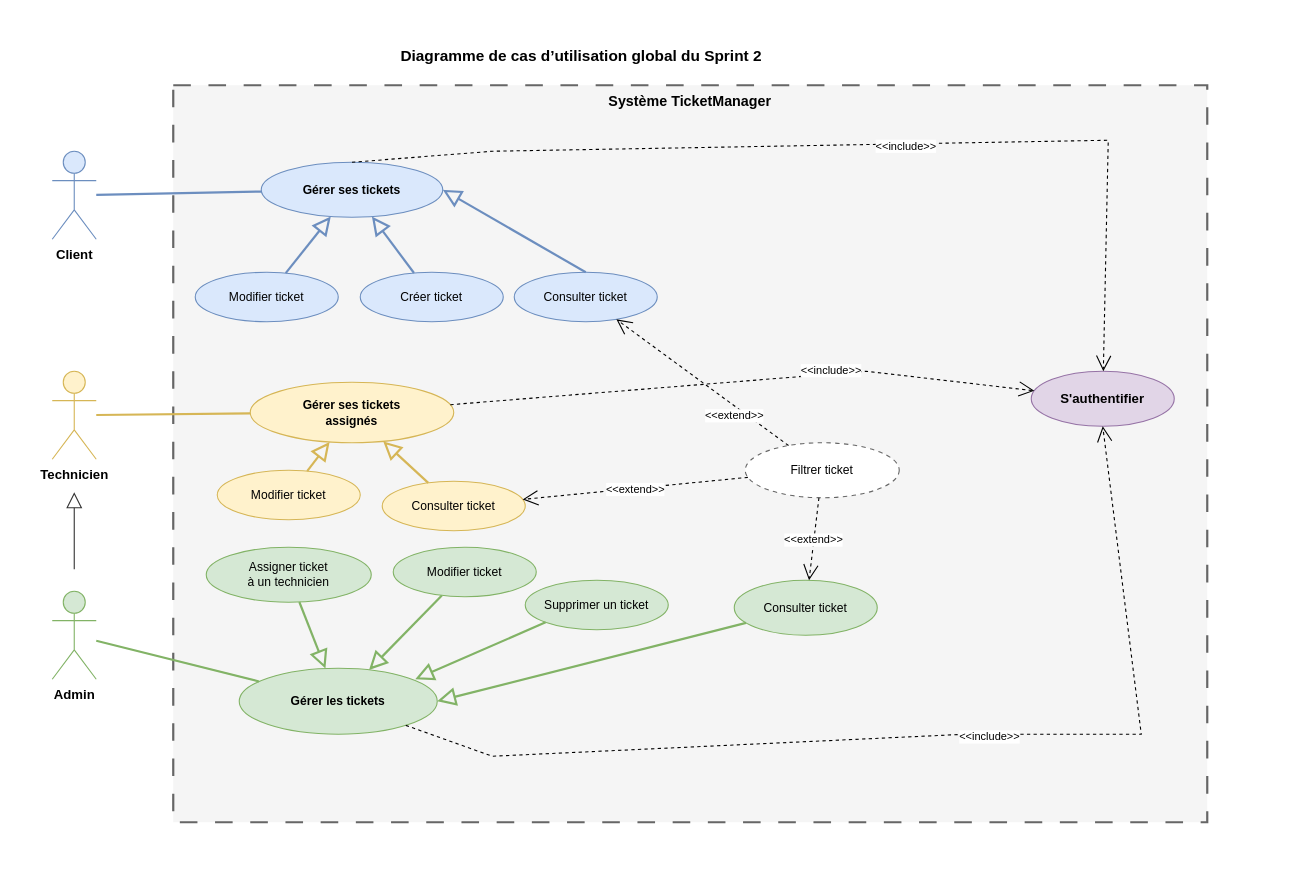
Above: docs/diagrammes/cas-utilisation-s2.drawio in amelbenhazem/TicketManager (draw.io), before the change. Source tidied: cells renumbered, new cells numbered last; positions are measured from the earlier drawing's top-left corner, leaving out a move shared by most shapes. Both pictures are drawn from the tidied source at 110%, with x=0, y=0 at pixel (19, 19).
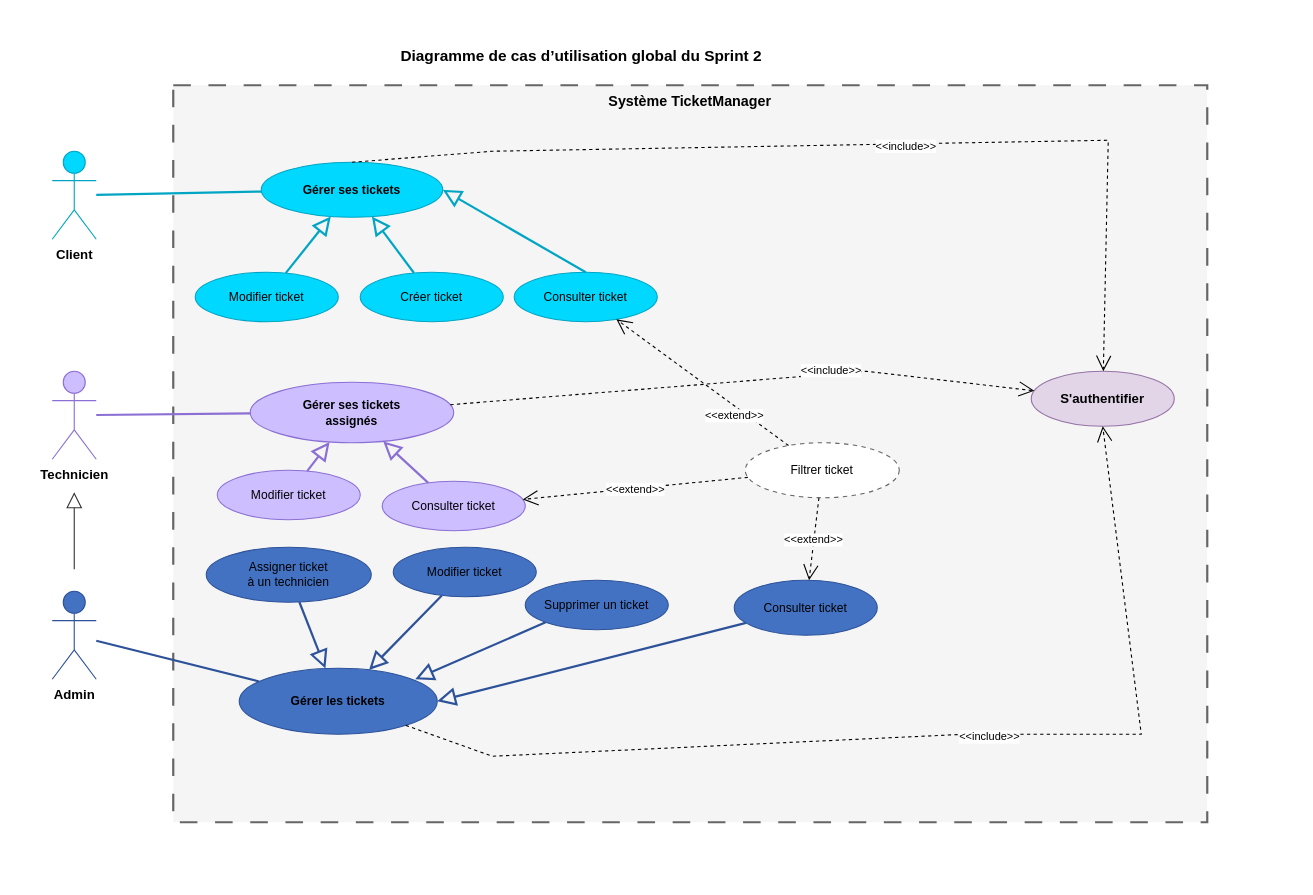
After the change.

Change to the diagram source:
```diff
@@
-    <mxCell id="5" value="Client" style="shape=umlActor;verticalLabelPosition=bottom;verticalAlign=top;html=1;outlineConnect=0;fillColor=#dae8fc;strokeColor=#6c8ebf;fontStyle=1;fontColor=#000000;" parent="1" vertex="1">
+    <mxCell id="5" value="Client" style="shape=umlActor;verticalLabelPosition=bottom;verticalAlign=top;html=1;outlineConnect=0;fillColor=#00d8ff;strokeColor=#00a5c4;fontStyle=1;fontColor=#000000;" parent="1" vertex="1">
       <mxGeometry x="30" y="120" width="40" height="80" as="geometry" />
     </mxCell>
-    <mxCell id="6" value="Technicien" style="shape=umlActor;verticalLabelPosition=bottom;verticalAlign=top;html=1;outlineConnect=0;fillColor=#fff2cc;strokeColor=#d6b656;fontStyle=1;fontColor=#000000;" parent="1" vertex="1">
+    <mxCell id="6" value="Technicien" style="shape=umlActor;verticalLabelPosition=bottom;verticalAlign=top;html=1;outlineConnect=0;fillColor=#cdbeff;strokeColor=#8b6fd4;fontStyle=1;fontColor=#000000;" parent="1" vertex="1">
       <mxGeometry x="30" y="320" width="40" height="80" as="geometry" />
     </mxCell>
-    <mxCell id="7" value="Admin" style="shape=umlActor;verticalLabelPosition=bottom;verticalAlign=top;html=1;outlineConnect=0;fillColor=#d5e8d4;strokeColor=#82b366;fontStyle=1;fontColor=#000000;" parent="1" vertex="1">
+    <mxCell id="7" value="Admin" style="shape=umlActor;verticalLabelPosition=bottom;verticalAlign=top;html=1;outlineConnect=0;fillColor=#4372c2;strokeColor=#2d5299;fontStyle=1;fontColor=#000000;" parent="1" vertex="1">
       <mxGeometry x="30" y="520" width="40" height="80" as="geometry" />
     </mxCell>
@@
-    <mxCell id="9" value="Gérer ses tickets" style="ellipse;whiteSpace=wrap;html=1;fillColor=#dae8fc;strokeColor=#6c8ebf;fontStyle=1;fontSize=11;fontColor=#000000;" parent="1" vertex="1">
+    <mxCell id="9" value="Gérer ses tickets" style="ellipse;whiteSpace=wrap;html=1;fillColor=#00d8ff;strokeColor=#00a5c4;fontStyle=1;fontSize=11;fontColor=#000000;" parent="1" vertex="1">
       <mxGeometry x="220" y="130" width="165" height="50" as="geometry" />
     </mxCell>
-    <mxCell id="10" value="Gérer ses tickets&#10;assignés" style="ellipse;whiteSpace=wrap;html=1;fillColor=#fff2cc;strokeColor=#d6b656;fontStyle=1;fontSize=11;fontColor=#000000;" parent="1" vertex="1">
+    <mxCell id="10" value="Gérer ses tickets&#10;assignés" style="ellipse;whiteSpace=wrap;html=1;fillColor=#cdbeff;strokeColor=#8b6fd4;fontStyle=1;fontSize=11;fontColor=#000000;" parent="1" vertex="1">
       <mxGeometry x="210" y="330" width="185" height="55" as="geometry" />
     </mxCell>
-    <mxCell id="11" value="Gérer les tickets" style="ellipse;whiteSpace=wrap;html=1;fillColor=#d5e8d4;strokeColor=#82b366;fontStyle=1;fontSize=11;fontColor=#000000;" parent="1" vertex="1">
+    <mxCell id="11" value="Gérer les tickets" style="ellipse;whiteSpace=wrap;html=1;fillColor=#4372c2;strokeColor=#2d5299;fontStyle=1;fontSize=11;fontColor=#000000;" parent="1" vertex="1">
       <mxGeometry x="200" y="590" width="180" height="60" as="geometry" />
     </mxCell>
-    <mxCell id="12" value="Créer ticket" style="ellipse;whiteSpace=wrap;html=1;fillColor=#dae8fc;strokeColor=#6c8ebf;fontSize=11;fontColor=#000000;" parent="1" vertex="1">
+    <mxCell id="12" value="Créer ticket" style="ellipse;whiteSpace=wrap;html=1;fillColor=#00d8ff;strokeColor=#00a5c4;fontSize=11;fontColor=#000000;" parent="1" vertex="1">
       <mxGeometry x="310" y="230" width="130" height="45" as="geometry" />
     </mxCell>
-    <mxCell id="13" value="Modifier ticket" style="ellipse;whiteSpace=wrap;html=1;fillColor=#dae8fc;strokeColor=#6c8ebf;fontSize=11;fontColor=#000000;" parent="1" vertex="1">
+    <mxCell id="13" value="Modifier ticket" style="ellipse;whiteSpace=wrap;html=1;fillColor=#00d8ff;strokeColor=#00a5c4;fontSize=11;fontColor=#000000;" parent="1" vertex="1">
       <mxGeometry x="160" y="230" width="130" height="45" as="geometry" />
     </mxCell>
-    <mxCell id="14" value="Consulter ticket" style="ellipse;whiteSpace=wrap;html=1;fillColor=#dae8fc;strokeColor=#6c8ebf;fontSize=11;fontColor=#000000;" parent="1" vertex="1">
+    <mxCell id="14" value="Consulter ticket" style="ellipse;whiteSpace=wrap;html=1;fillColor=#00d8ff;strokeColor=#00a5c4;fontSize=11;fontColor=#000000;" parent="1" vertex="1">
       <mxGeometry x="450" y="230" width="130" height="45" as="geometry" />
     </mxCell>
-    <mxCell id="15" value="Consulter ticket" style="ellipse;whiteSpace=wrap;html=1;fillColor=#fff2cc;strokeColor=#d6b656;fontSize=11;fontColor=#000000;" parent="1" vertex="1">
+    <mxCell id="15" value="Consulter ticket" style="ellipse;whiteSpace=wrap;html=1;fillColor=#cdbeff;strokeColor=#8b6fd4;fontSize=11;fontColor=#000000;" parent="1" vertex="1">
       <mxGeometry x="330" y="420" width="130" height="45" as="geometry" />
     </mxCell>
-    <mxCell id="16" value="Modifier ticket" style="ellipse;whiteSpace=wrap;html=1;fillColor=#fff2cc;strokeColor=#d6b656;fontSize=11;fontColor=#000000;" parent="1" vertex="1">
+    <mxCell id="16" value="Modifier ticket" style="ellipse;whiteSpace=wrap;html=1;fillColor=#cdbeff;strokeColor=#8b6fd4;fontSize=11;fontColor=#000000;" parent="1" vertex="1">
       <mxGeometry x="180" y="410" width="130" height="45" as="geometry" />
     </mxCell>
-    <mxCell id="17" value="Consulter ticket" style="ellipse;whiteSpace=wrap;html=1;fillColor=#d5e8d4;strokeColor=#82b366;fontSize=11;fontColor=#000000;" parent="1" vertex="1">
+    <mxCell id="17" value="Consulter ticket" style="ellipse;whiteSpace=wrap;html=1;fillColor=#4372c2;strokeColor=#2d5299;fontSize=11;fontColor=#000000;" parent="1" vertex="1">
       <mxGeometry x="650" y="510" width="130" height="50" as="geometry" />
     </mxCell>
-    <mxCell id="18" value="Modifier ticket" style="ellipse;whiteSpace=wrap;html=1;fillColor=#d5e8d4;strokeColor=#82b366;fontSize=11;fontColor=#000000;" parent="1" vertex="1">
+    <mxCell id="18" value="Modifier ticket" style="ellipse;whiteSpace=wrap;html=1;fillColor=#4372c2;strokeColor=#2d5299;fontSize=11;fontColor=#000000;" parent="1" vertex="1">
       <mxGeometry x="340" y="480" width="130" height="45" as="geometry" />
     </mxCell>
-    <mxCell id="19" value="Assigner ticket&#10;à un technicien" style="ellipse;whiteSpace=wrap;html=1;fillColor=#d5e8d4;strokeColor=#82b366;fontSize=11;fontColor=#000000;" parent="1" vertex="1">
+    <mxCell id="19" value="Assigner ticket&#10;à un technicien" style="ellipse;whiteSpace=wrap;html=1;fillColor=#4372c2;strokeColor=#2d5299;fontSize=11;fontColor=#000000;" parent="1" vertex="1">
       <mxGeometry x="170" y="480" width="150" height="50" as="geometry" />
     </mxCell>
@@
-    <mxCell id="22" style="endArrow=none;html=1;strokeColor=#6c8ebf;strokeWidth=2;" parent="1" edge="1" source="5" target="9">
+    <mxCell id="22" style="endArrow=none;html=1;strokeColor=#00a5c4;strokeWidth=2;" parent="1" edge="1" source="5" target="9">
       <mxGeometry relative="1" as="geometry" />
     </mxCell>
-    <mxCell id="23" style="endArrow=none;html=1;strokeColor=#d6b656;strokeWidth=2;" parent="1" edge="1" source="6" target="10">
+    <mxCell id="23" style="endArrow=none;html=1;strokeColor=#8b6fd4;strokeWidth=2;" parent="1" edge="1" source="6" target="10">
       <mxGeometry relative="1" as="geometry" />
     </mxCell>
-    <mxCell id="24" style="endArrow=none;html=1;strokeColor=#82b366;strokeWidth=2;" parent="1" edge="1" source="7" target="11">
+    <mxCell id="24" style="endArrow=none;html=1;strokeColor=#2d5299;strokeWidth=2;" parent="1" edge="1" source="7" target="11">
       <mxGeometry relative="1" as="geometry" />
     </mxCell>
-    <mxCell id="25" style="endArrow=block;endFill=0;endSize=12;html=1;rounded=0;strokeColor=#6c8ebf;strokeWidth=2;" parent="1" edge="1" source="12" target="9">
+    <mxCell id="25" style="endArrow=block;endFill=0;endSize=12;html=1;rounded=0;strokeColor=#00a5c4;strokeWidth=2;" parent="1" edge="1" source="12" target="9">
       <mxGeometry relative="1" as="geometry" />
     </mxCell>
-    <mxCell id="26" style="endArrow=block;endFill=0;endSize=12;html=1;rounded=0;strokeColor=#6c8ebf;strokeWidth=2;" parent="1" edge="1" source="13" target="9">
+    <mxCell id="26" style="endArrow=block;endFill=0;endSize=12;html=1;rounded=0;strokeColor=#00a5c4;strokeWidth=2;" parent="1" edge="1" source="13" target="9">
       <mxGeometry relative="1" as="geometry" />
     </mxCell>
-    <mxCell id="27" style="endArrow=block;endFill=0;endSize=12;html=1;rounded=0;strokeColor=#6c8ebf;strokeWidth=2;entryX=1;entryY=0.5;entryDx=0;entryDy=0;exitX=0.5;exitY=0;exitDx=0;exitDy=0;" parent="1" edge="1" source="14" target="9">
+    <mxCell id="27" style="endArrow=block;endFill=0;endSize=12;html=1;rounded=0;strokeColor=#00a5c4;strokeWidth=2;entryX=1;entryY=0.5;entryDx=0;entryDy=0;exitX=0.5;exitY=0;exitDx=0;exitDy=0;" parent="1" edge="1" source="14" target="9">
       <mxGeometry relative="1" as="geometry" />
     </mxCell>
-    <mxCell id="28" style="endArrow=block;endFill=0;endSize=12;html=1;rounded=0;strokeColor=#d6b656;strokeWidth=2;" parent="1" edge="1" source="15" target="10">
+    <mxCell id="28" style="endArrow=block;endFill=0;endSize=12;html=1;rounded=0;strokeColor=#8b6fd4;strokeWidth=2;" parent="1" edge="1" source="15" target="10">
       <mxGeometry relative="1" as="geometry" />
     </mxCell>
-    <mxCell id="29" style="endArrow=block;endFill=0;endSize=12;html=1;rounded=0;strokeColor=#d6b656;strokeWidth=2;" parent="1" edge="1" source="16" target="10">
+    <mxCell id="29" style="endArrow=block;endFill=0;endSize=12;html=1;rounded=0;strokeColor=#8b6fd4;strokeWidth=2;" parent="1" edge="1" source="16" target="10">
       <mxGeometry relative="1" as="geometry" />
     </mxCell>
-    <mxCell id="30" style="endArrow=block;endFill=0;endSize=12;html=1;rounded=0;strokeColor=#82b366;strokeWidth=2;entryX=1;entryY=0.5;entryDx=0;entryDy=0;" parent="1" edge="1" source="17" target="11">
+    <mxCell id="30" style="endArrow=block;endFill=0;endSize=12;html=1;rounded=0;strokeColor=#2d5299;strokeWidth=2;entryX=1;entryY=0.5;entryDx=0;entryDy=0;" parent="1" edge="1" source="17" target="11">
       <mxGeometry relative="1" as="geometry" />
     </mxCell>
-    <mxCell id="31" style="endArrow=block;endFill=0;endSize=12;html=1;rounded=0;strokeColor=#82b366;strokeWidth=2;" parent="1" edge="1" source="18" target="11">
+    <mxCell id="31" style="endArrow=block;endFill=0;endSize=12;html=1;rounded=0;strokeColor=#2d5299;strokeWidth=2;" parent="1" edge="1" source="18" target="11">
       <mxGeometry relative="1" as="geometry" />
     </mxCell>
-    <mxCell id="32" style="endArrow=block;endFill=0;endSize=12;html=1;rounded=0;strokeColor=#82b366;strokeWidth=2;" parent="1" edge="1" source="19" target="11">
+    <mxCell id="32" style="endArrow=block;endFill=0;endSize=12;html=1;rounded=0;strokeColor=#2d5299;strokeWidth=2;" parent="1" edge="1" source="19" target="11">
       <mxGeometry relative="1" as="geometry" />
     </mxCell>
@@
-    <mxCell id="38" value="&lt;p&gt;Supprimer un ticket&lt;/p&gt;" style="ellipse;whiteSpace=wrap;html=1;fillColor=#d5e8d4;strokeColor=#82b366;fontSize=11;fontColor=#000000;" parent="1" vertex="1">
+    <mxCell id="38" value="&lt;p&gt;Supprimer un ticket&lt;/p&gt;" style="ellipse;whiteSpace=wrap;html=1;fillColor=#4372c2;strokeColor=#2d5299;fontSize=11;fontColor=#000000;" parent="1" vertex="1">
       <mxGeometry x="460" y="510" width="130" height="45" as="geometry" />
     </mxCell>
-    <mxCell id="39" style="endArrow=block;endFill=0;endSize=12;html=1;rounded=0;strokeColor=#82b366;strokeWidth=2;exitX=0;exitY=1;exitDx=0;exitDy=0;" parent="1" edge="1" source="38">
+    <mxCell id="39" style="endArrow=block;endFill=0;endSize=12;html=1;rounded=0;strokeColor=#2d5299;strokeWidth=2;exitX=0;exitY=1;exitDx=0;exitDy=0;" parent="1" edge="1" source="38">
       <mxGeometry relative="1" as="geometry">
         <mxPoint x="360" y="600" as="targetPoint" />
       </mxGeometry>
     </mxCell>
```
